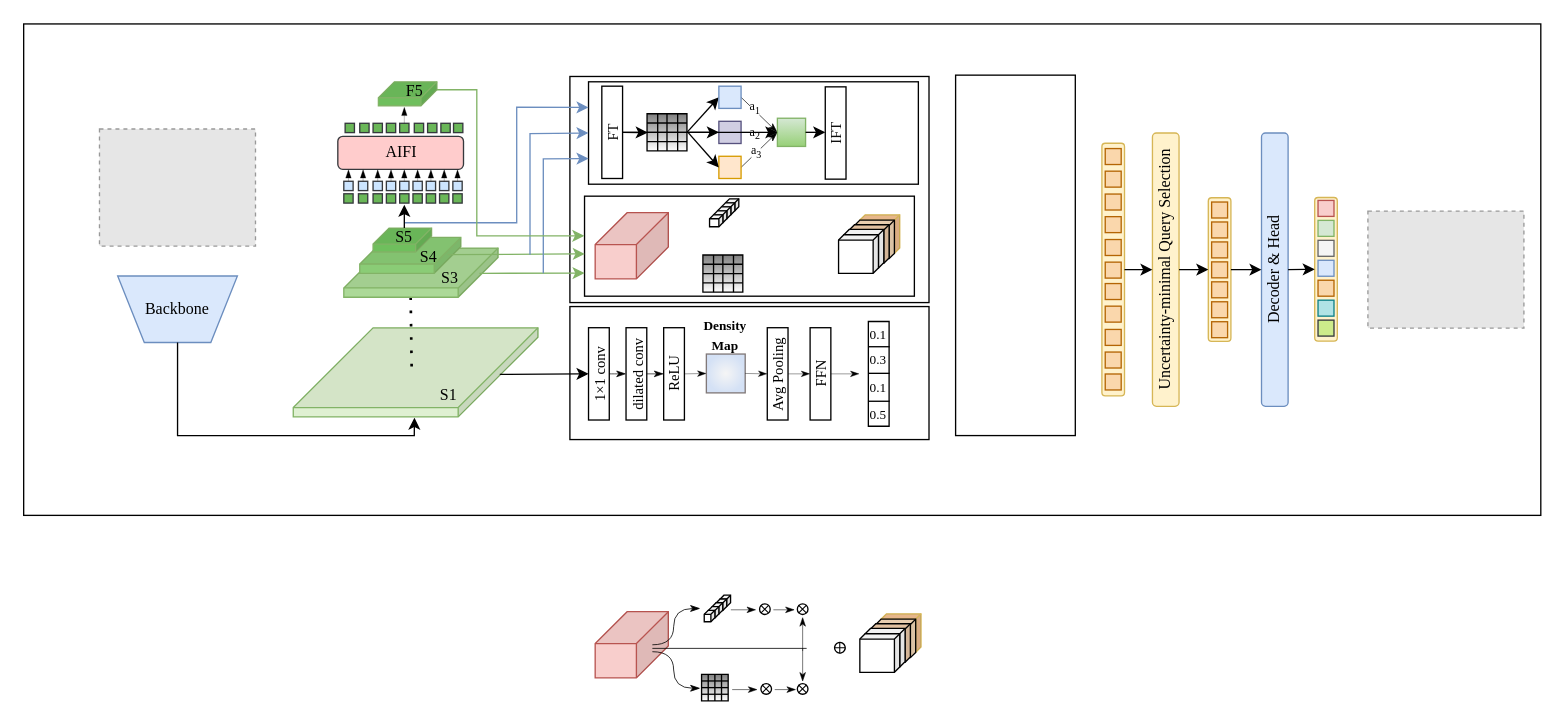
The draw.io diagram DrawIO_file/毕业论文画图/HDT-DETR.drawio in DingDongZz/typera_PicGO, before the edit. Source tidied: cells renumbered, new cells numbered last; positions are measured from the earlier drawing's top-left corner, leaving out a move shared by most shapes. Both pictures are drawn from the tidied source at 133%, with x=0, y=0 at pixel (23, 23). Pictures stored in the file or linked from it are replaced by grey dashed boxes.
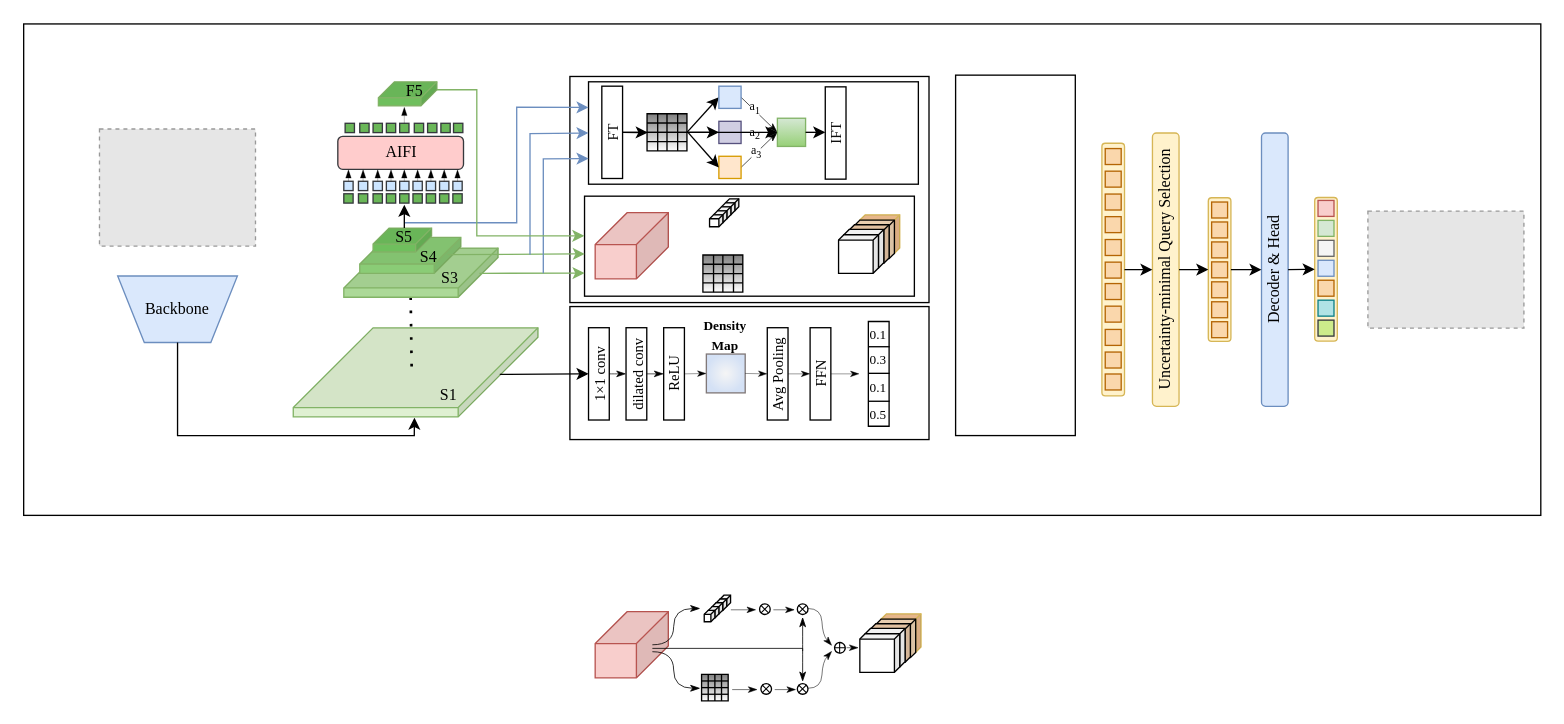
Above is the later version.

What changed in the source:
```diff
@@
     <mxCell id="258" style="endArrow=none;html=1;rounded=0;strokeColor=default;align=center;verticalAlign=middle;fontFamily=Helvetica;fontSize=11;fontColor=default;labelBackgroundColor=default;strokeWidth=0.6;" parent="1" edge="1">
       <mxGeometry relative="1" as="geometry">
         <mxPoint x="473" y="470" as="sourcePoint" />
-        <mxPoint x="589" y="470" as="targetPoint" />
+        <mxPoint x="586" y="470" as="targetPoint" />
       </mxGeometry>
     </mxCell>
-    <mxCell id="259" style="endArrow=classicThin;html=1;rounded=0;strokeColor=default;align=center;verticalAlign=middle;fontFamily=Helvetica;fontSize=11;fontColor=default;labelBackgroundColor=default;entryX=0.5;entryY=1;entryDx=0;entryDy=0;strokeWidth=0.4;endFill=1;" parent="1" edge="1">
+    <mxCell id="259" style="endArrow=classicThin;html=1;rounded=0;strokeColor=default;align=center;verticalAlign=middle;fontFamily=Helvetica;fontSize=11;fontColor=default;labelBackgroundColor=default;entryX=0.5;entryY=1;entryDx=0;entryDy=0;strokeWidth=0.6;endFill=1;edgeStyle=orthogonalEdgeStyle;curved=1;" parent="1" edge="1">
       <mxGeometry relative="1" as="geometry">
         <mxPoint x="586" y="472" as="sourcePoint" />
         <mxPoint x="586" y="446.5" as="targetPoint" />
       </mxGeometry>
     </mxCell>
-    <mxCell id="260" style="endArrow=classicThin;html=1;rounded=0;strokeColor=default;align=center;verticalAlign=middle;fontFamily=Helvetica;fontSize=11;fontColor=default;labelBackgroundColor=default;entryX=0.5;entryY=1;entryDx=0;entryDy=0;strokeWidth=0.4;endFill=1;" parent="1" edge="1">
+    <mxCell id="260" style="endArrow=classicThin;html=1;rounded=0;strokeColor=default;align=center;verticalAlign=middle;fontFamily=Helvetica;fontSize=11;fontColor=default;labelBackgroundColor=default;entryX=0.5;entryY=1;entryDx=0;entryDy=0;strokeWidth=0.6;endFill=1;edgeStyle=orthogonalEdgeStyle;curved=1;" parent="1" edge="1">
       <mxGeometry relative="1" as="geometry">
         <mxPoint x="586" y="470" as="sourcePoint" />
         <mxPoint x="586" y="495" as="targetPoint" />
       </mxGeometry>
     </mxCell>
-    <mxCell id="261" style="ellipse;whiteSpace=wrap;html=1;fontFamily=Helvetica;fontSize=11;fontColor=default;labelBackgroundColor=default;rotation=30;" parent="1" vertex="1">
-      <mxGeometry x="610" y="465.5" width="8" height="8" as="geometry" />
-    </mxCell>
-    <mxCell id="262" style="shape=mxgraph.sysml.x;fontFamily=Helvetica;fontSize=11;fontColor=default;labelBackgroundColor=default;strokeWidth=0.8;direction=west;rotation=45;" parent="1" vertex="1">
-      <mxGeometry x="610.9" y="466.5" width="6" height="6" as="geometry" />
-    </mxCell>
@@
+    <mxCell id="271" style="curved=1;endArrow=classicThin;html=1;rounded=0;strokeColor=default;align=center;verticalAlign=middle;fontFamily=Helvetica;fontSize=11;fontColor=default;labelBackgroundColor=default;startFill=0;entryX=0;entryY=0.746;entryDx=0;entryDy=0;entryPerimeter=0;strokeWidth=0.4;endFill=1;" parent="1" edge="1">
+      <mxGeometry relative="1" as="geometry">
+        <mxPoint x="590" y="440" as="sourcePoint" />
+        <mxPoint x="608" y="468" as="targetPoint" />
+        <Array as="points">
+          <mxPoint x="600" y="440" />
+          <mxPoint x="601" y="460" />
+        </Array>
+      </mxGeometry>
+    </mxCell>
+    <mxCell id="272" style="group;" parent="1" vertex="1">
+      <mxGeometry x="608.5" y="464.1" width="10.9" height="10.9" as="geometry" />
+    </mxCell>
+    <mxCell id="261" style="ellipse;whiteSpace=wrap;html=1;fontFamily=Helvetica;fontSize=11;fontColor=default;labelBackgroundColor=default;rotation=30;" parent="272" vertex="1">
+      <mxGeometry x="1.5" y="1.5" width="8" height="8" as="geometry" />
+    </mxCell>
+    <mxCell id="262" style="shape=mxgraph.sysml.x;fontFamily=Helvetica;fontSize=11;fontColor=default;labelBackgroundColor=default;strokeWidth=0.8;direction=west;rotation=45;" parent="272" vertex="1">
+      <mxGeometry x="2.3" y="2.4" width="6" height="6" as="geometry" />
+    </mxCell>
+    <mxCell id="273" style="endArrow=classicThin;html=1;rounded=0;strokeWidth=0.4;strokeColor=default;align=center;verticalAlign=middle;fontFamily=Helvetica;fontSize=11;fontColor=default;labelBackgroundColor=default;endFill=1;" parent="1" edge="1">
+      <mxGeometry relative="1" as="geometry">
+        <mxPoint x="619" y="469.5" as="sourcePoint" />
+        <mxPoint x="628" y="469.5" as="targetPoint" />
+      </mxGeometry>
+    </mxCell>
+    <mxCell id="274" style="curved=1;endArrow=classicThin;html=1;rounded=0;strokeColor=default;align=center;verticalAlign=middle;fontFamily=Helvetica;fontSize=11;fontColor=default;labelBackgroundColor=default;startFill=0;entryX=0;entryY=0.746;entryDx=0;entryDy=0;entryPerimeter=0;strokeWidth=0.4;endFill=1;" parent="1" edge="1">
+      <mxGeometry relative="1" as="geometry">
+        <mxPoint x="590" y="500" as="sourcePoint" />
+        <mxPoint x="608" y="472" as="targetPoint" />
+        <Array as="points">
+          <mxPoint x="600" y="500" />
+          <mxPoint x="601" y="480" />
+        </Array>
+      </mxGeometry>
+    </mxCell>
```
